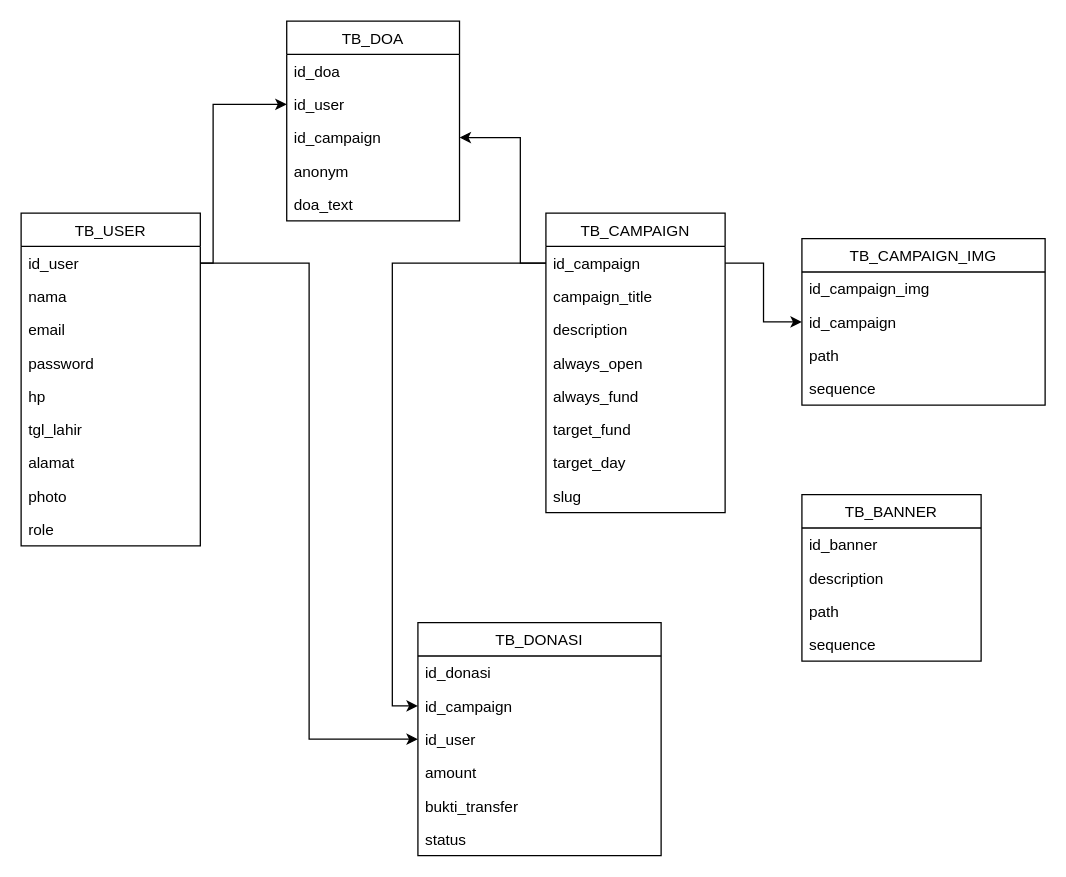
Before: others/database.drawio in ferhatmuhamad/donasi-dt-skripsi, a draw.io diagram. Source tidied: cells renumbered, new cells numbered last; positions are measured from the earlier drawing's top-left corner, leaving out a move shared by most shapes. Both pictures are drawn from the tidied source at 128%, with x=0, y=0 at pixel (20, 20).
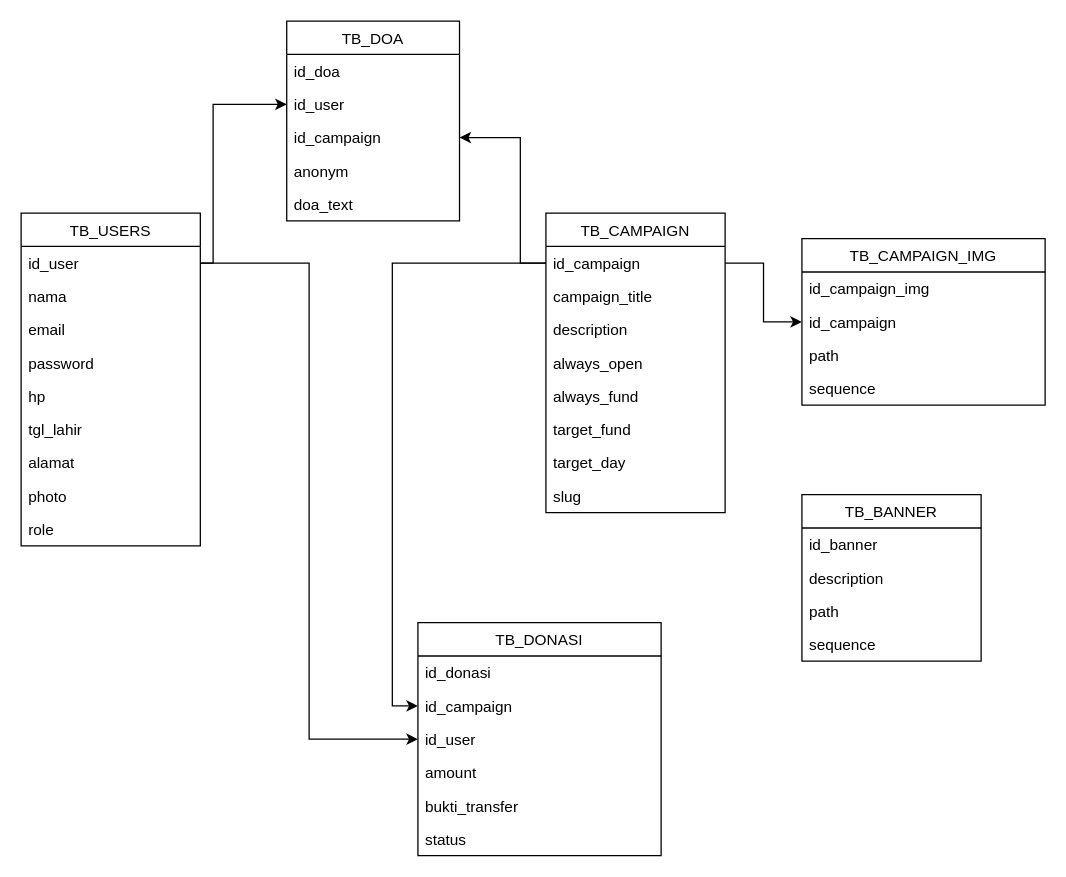
Above is the later version.

The edit, as a diff of the source:
```diff
@@
-    <mxCell id="2" value="TB_USER" style="swimlane;fontStyle=0;horizontal=1;startSize=26;" parent="1" vertex="1">
+    <mxCell id="2" value="TB_USERS" style="swimlane;fontStyle=0;horizontal=1;startSize=26;" parent="1" vertex="1">
       <mxGeometry y="150" width="140" height="260" as="geometry" />
     </mxCell>
```
